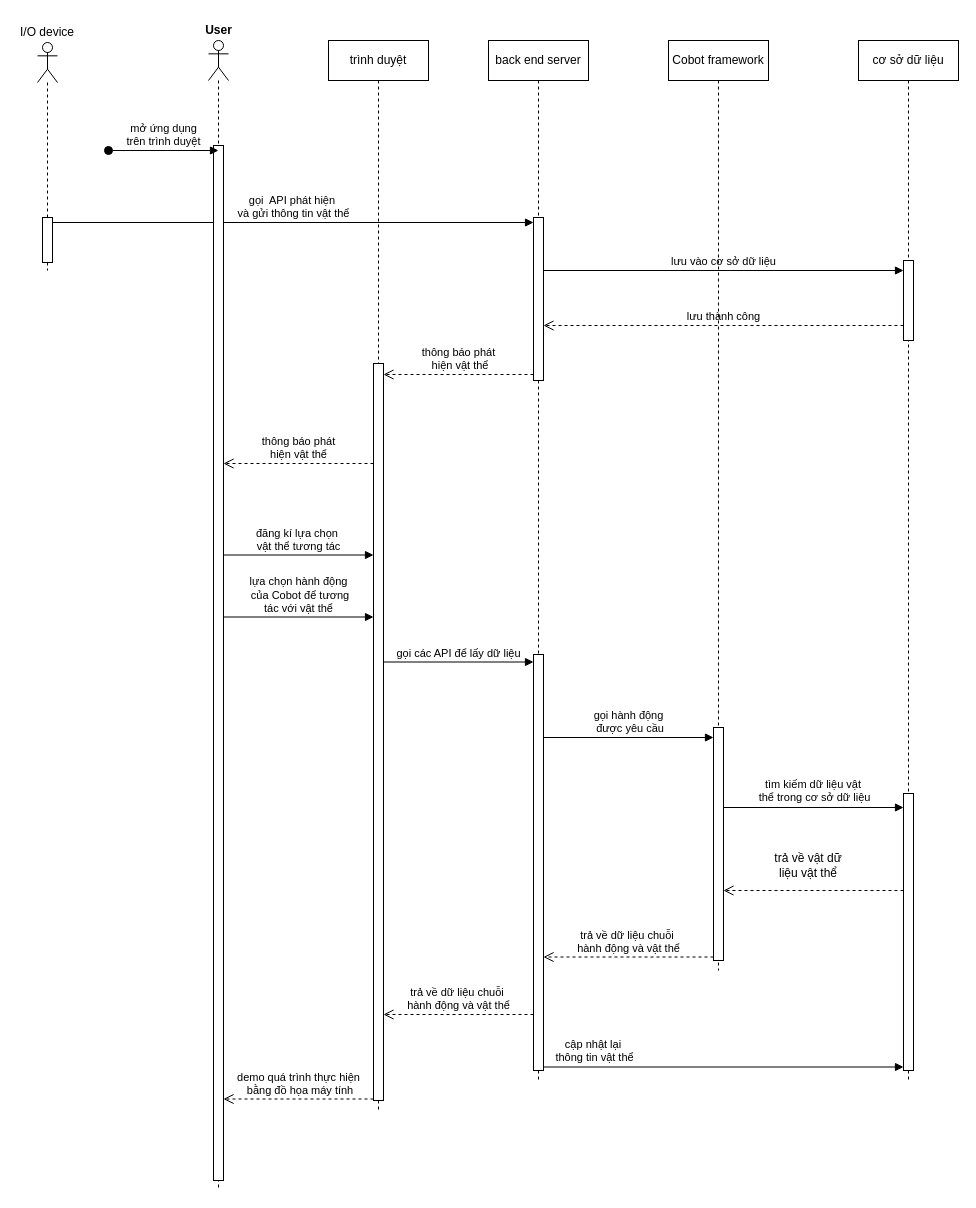
Above: page "Page-1" (1 of 3) of sequence_diagram.drawio in LTDat-HustK65/GP (draw.io), before the change. Source tidied: cells renumbered, new cells numbered last; positions are measured from the earlier drawing's top-left corner, leaving out a move shared by most shapes. Both pictures are drawn from the tidied source at 100%, with x=0, y=0 at pixel (17, 17).
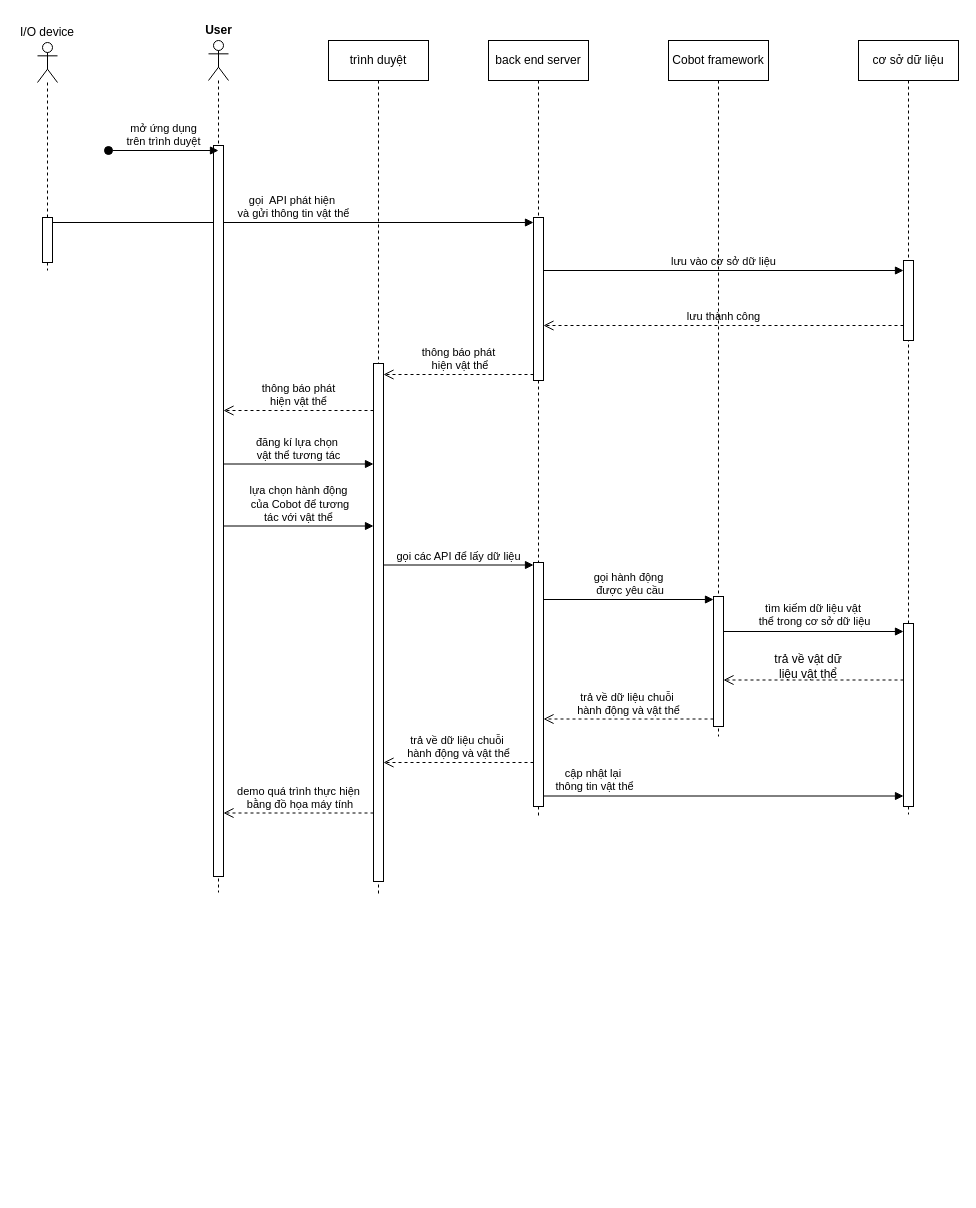
Above is the later version.

Commit message:
Cập nhật sequence_diagram.drawio

Change to the diagram source:
```diff
@@
     <mxCell id="2" value="back end server" style="shape=umlLifeline;perimeter=lifelinePerimeter;whiteSpace=wrap;html=1;newEdgeStyle={&quot;curved&quot;:0,&quot;rounded&quot;:0};" parent="1" vertex="1">
-      <mxGeometry x="471" y="23" width="100" height="1040" as="geometry" />
+      <mxGeometry x="471" y="23" width="100" height="778" as="geometry" />
     </mxCell>
@@
     <mxCell id="4" style="html=1;perimeter=orthogonalPerimeter;targetShapes=umlLifeline;newEdgeStyle={&quot;curved&quot;:0,&quot;rounded&quot;:0};" parent="2" vertex="1">
-      <mxGeometry x="45" y="614" width="10" height="416" as="geometry" />
+      <mxGeometry x="45" y="522" width="10" height="244" as="geometry" />
     </mxCell>
@@
     <mxCell id="9" style="shape=umlLifeline;perimeter=lifelinePerimeter;whiteSpace=wrap;html=1;newEdgeStyle={&quot;curved&quot;:0,&quot;rounded&quot;:0};participant=umlActor;" parent="1" vertex="1">
-      <mxGeometry x="191" y="23" width="20" height="1150" as="geometry" />
+      <mxGeometry x="191" y="23" width="20" height="852" as="geometry" />
     </mxCell>
     <mxCell id="10" style="html=1;perimeter=orthogonalPerimeter;targetShapes=umlLifeline;newEdgeStyle={&quot;curved&quot;:0,&quot;rounded&quot;:0};" parent="9" vertex="1">
-      <mxGeometry x="5" y="105" width="10" height="1035" as="geometry" />
+      <mxGeometry x="5" y="105" width="10" height="731" as="geometry" />
     </mxCell>
     <mxCell id="11" value="trình duyệt" style="shape=umlLifeline;perimeter=lifelinePerimeter;whiteSpace=wrap;html=1;newEdgeStyle={&quot;curved&quot;:0,&quot;rounded&quot;:0};" parent="1" vertex="1">
-      <mxGeometry x="311" y="23" width="100" height="1070" as="geometry" />
+      <mxGeometry x="311" y="23" width="100" height="855" as="geometry" />
     </mxCell>
     <mxCell id="12" style="html=1;points=[[0,0,0,0,5],[0,1,0,0,-5],[1,0,0,0,5],[1,1,0,0,-5]];perimeter=orthogonalPerimeter;outlineConnect=0;targetShapes=umlLifeline;portConstraint=eastwest;newEdgeStyle={&quot;curved&quot;:0,&quot;rounded&quot;:0};" parent="11" vertex="1">
-      <mxGeometry x="45" y="323" width="10" height="737" as="geometry" />
+      <mxGeometry x="45" y="323" width="10" height="518" as="geometry" />
     </mxCell>
@@
     <mxCell id="14" value="cơ sở dữ liệu" style="shape=umlLifeline;perimeter=lifelinePerimeter;whiteSpace=wrap;html=1;newEdgeStyle={&quot;curved&quot;:0,&quot;rounded&quot;:0};" parent="1" vertex="1">
-      <mxGeometry x="841" y="23" width="100" height="1040" as="geometry" />
+      <mxGeometry x="841" y="23" width="100" height="774" as="geometry" />
     </mxCell>
@@
     <mxCell id="16" style="html=1;perimeter=orthogonalPerimeter;targetShapes=umlLifeline;newEdgeStyle={&quot;curved&quot;:0,&quot;rounded&quot;:0};" parent="14" vertex="1">
-      <mxGeometry x="45" y="753" width="10" height="277" as="geometry" />
+      <mxGeometry x="45" y="583" width="10" height="183" as="geometry" />
     </mxCell>
@@
-    <mxCell id="19" value="thông báo phát&lt;div&gt;hiện vật thể&lt;/div&gt;" style="html=1;verticalAlign=bottom;endArrow=open;dashed=1;endSize=8;curved=0;rounded=0;" parent="1" edge="1" source="12">
+    <mxCell id="19" value="thông báo phát&lt;div&gt;hiện vật thể&lt;/div&gt;" style="html=1;verticalAlign=bottom;endArrow=open;dashed=1;endSize=8;curved=0;rounded=0;" parent="1" edge="1">
       <mxGeometry relative="1" as="geometry">
-        <mxPoint x="206" y="446" as="targetPoint" />
+        <mxPoint x="356" y="393" as="sourcePoint" />
+        <mxPoint x="206" y="393" as="targetPoint" />
       </mxGeometry>
     </mxCell>
@@
     <mxCell id="22" value="đăng kí lựa chọn&amp;nbsp;&lt;div&gt;vật thể tương tác&lt;/div&gt;" style="html=1;verticalAlign=bottom;endArrow=block;curved=0;rounded=0;" parent="1" edge="1">
       <mxGeometry relative="1" as="geometry">
-        <mxPoint x="206" y="537.5" as="sourcePoint" />
-        <mxPoint x="356" y="537.5" as="targetPoint" />
+        <mxPoint x="206" y="446.5" as="sourcePoint" />
+        <mxPoint x="356" y="446.5" as="targetPoint" />
       </mxGeometry>
     </mxCell>
     <mxCell id="23" value="Cobot framework" style="shape=umlLifeline;perimeter=lifelinePerimeter;whiteSpace=wrap;html=1;newEdgeStyle={&quot;curved&quot;:0,&quot;rounded&quot;:0};" parent="1" vertex="1">
-      <mxGeometry x="651" y="23" width="100" height="930" as="geometry" />
+      <mxGeometry x="651" y="23" width="100" height="696" as="geometry" />
     </mxCell>
     <mxCell id="24" style="html=1;points=[[0,0,0,0,5],[0,1,0,0,-5],[1,0,0,0,5],[1,1,0,0,-5]];perimeter=orthogonalPerimeter;outlineConnect=0;targetShapes=umlLifeline;portConstraint=eastwest;newEdgeStyle={&quot;curved&quot;:0,&quot;rounded&quot;:0};" parent="23" vertex="1">
-      <mxGeometry x="45" y="687" width="10" height="233" as="geometry" />
+      <mxGeometry x="45" y="556" width="10" height="130" as="geometry" />
     </mxCell>
     <mxCell id="25" value="lựa chọn hành động&lt;div&gt;&amp;nbsp;của Cobot để tương&lt;div&gt;&amp;nbsp;tác với vật thể&amp;nbsp;&lt;/div&gt;&lt;/div&gt;" style="html=1;verticalAlign=bottom;endArrow=block;curved=0;rounded=0;" parent="1" edge="1">
       <mxGeometry relative="1" as="geometry">
-        <mxPoint x="206" y="599.5" as="sourcePoint" />
-        <mxPoint x="356" y="599.5" as="targetPoint" />
+        <mxPoint x="206" y="508.5" as="sourcePoint" />
+        <mxPoint x="356" y="508.5" as="targetPoint" />
       </mxGeometry>
     </mxCell>
     <mxCell id="26" value="gọi các API để lấy dữ liệu" style="html=1;verticalAlign=bottom;endArrow=block;curved=0;rounded=0;" parent="1" edge="1">
       <mxGeometry relative="1" as="geometry">
-        <mxPoint x="366" y="644.5" as="sourcePoint" />
-        <mxPoint x="516" y="644.5" as="targetPoint" />
+        <mxPoint x="366" y="547.5" as="sourcePoint" />
+        <mxPoint x="516" y="547.5" as="targetPoint" />
       </mxGeometry>
     </mxCell>
     <mxCell id="27" value="gọi hành động&lt;div&gt;&amp;nbsp;được yêu cầu&lt;/div&gt;" style="html=1;verticalAlign=bottom;endArrow=block;curved=0;rounded=0;" parent="1" edge="1">
       <mxGeometry relative="1" as="geometry">
-        <mxPoint x="526" y="720" as="sourcePoint" />
-        <mxPoint x="696" y="720" as="targetPoint" />
+        <mxPoint x="526" y="582" as="sourcePoint" />
+        <mxPoint x="696" y="582" as="targetPoint" />
       </mxGeometry>
     </mxCell>
-    <mxCell id="28" style="html=1;verticalAlign=bottom;endArrow=open;dashed=1;endSize=8;curved=0;rounded=0;" parent="1" edge="1" target="24">
-      <mxGeometry relative="1" as="geometry">
-        <mxPoint x="886" y="873" as="sourcePoint" />
-      </mxGeometry>
-    </mxCell>
-    <mxCell id="29" value="trả về vật dữ liệu vật thể" style="text;html=1;align=center;verticalAlign=middle;whiteSpace=wrap;rounded=0;" parent="1" vertex="1">
-      <mxGeometry x="751" y="833" width="80" height="30" as="geometry" />
-    </mxCell>
     <mxCell id="30" value="trả về dữ liệu chuỗi&amp;nbsp;&lt;div&gt;hành động và vật thể&lt;/div&gt;" style="html=1;verticalAlign=bottom;endArrow=open;dashed=1;endSize=8;curved=0;rounded=0;" parent="1" edge="1">
       <mxGeometry relative="1" as="geometry">
-        <mxPoint x="696" y="939.5" as="sourcePoint" />
-        <mxPoint x="526" y="939.5" as="targetPoint" />
+        <mxPoint x="696" y="701.5" as="sourcePoint" />
+        <mxPoint x="526" y="701.5" as="targetPoint" />
       </mxGeometry>
     </mxCell>
     <mxCell id="31" value="trả về dữ liệu chuỗi&amp;nbsp;&lt;div&gt;hành động và vật thể&lt;/div&gt;" style="html=1;verticalAlign=bottom;endArrow=open;dashed=1;endSize=8;curved=0;rounded=0;" parent="1" edge="1">
       <mxGeometry relative="1" as="geometry">
-        <mxPoint x="516" y="997" as="sourcePoint" />
-        <mxPoint x="366" y="997" as="targetPoint" />
+        <mxPoint x="516" y="745" as="sourcePoint" />
+        <mxPoint x="366" y="745" as="targetPoint" />
       </mxGeometry>
     </mxCell>
-    <mxCell id="32" style="html=1;verticalAlign=bottom;endArrow=block;curved=0;rounded=0;labelPosition=center;verticalLabelPosition=top;align=center;" parent="1" edge="1">
-      <mxGeometry relative="1" as="geometry">
-        <mxPoint x="526" y="1049.5" as="sourcePoint" />
-        <mxPoint x="886" y="1049.5" as="targetPoint" />
-      </mxGeometry>
-    </mxCell>
     <mxCell id="33" style="group;" parent="1" vertex="1">
-      <mxGeometry x="741" y="758" width="145" height="32" as="geometry" />
+      <mxGeometry x="741" y="705" width="145" height="32" as="geometry" />
     </mxCell>
-    <mxCell id="34" style="html=1;verticalAlign=bottom;endArrow=block;curved=0;rounded=0;" parent="33" edge="1" source="24">
+    <mxCell id="34" style="html=1;verticalAlign=bottom;endArrow=block;curved=0;rounded=0;" parent="33" edge="1">
       <mxGeometry relative="1" as="geometry">
-        <mxPoint x="145" y="32" as="targetPoint" />
+        <mxPoint x="-35" y="-91" as="sourcePoint" />
+        <mxPoint x="145" y="-91" as="targetPoint" />
       </mxGeometry>
     </mxCell>
     <mxCell id="35" value="&lt;span style=&quot;font-size: 11px; text-wrap: nowrap; background-color: rgb(255, 255, 255);&quot;&gt;tìm kiếm dữ liệu vật&lt;/span&gt;&lt;div style=&quot;font-size: 11px; text-wrap: nowrap;&quot;&gt;&amp;nbsp;thể trong cơ sở dữ liệu&lt;/div&gt;" style="text;html=1;align=center;verticalAlign=middle;whiteSpace=wrap;rounded=0;" parent="33" vertex="1">
-      <mxGeometry width="110" height="30" as="geometry" />
+      <mxGeometry y="-123" width="110" height="30" as="geometry" />
     </mxCell>
     <mxCell id="36" value="demo quá trình thực hiện&lt;div&gt;&amp;nbsp;bằng đồ họa máy tính&lt;/div&gt;" style="html=1;verticalAlign=bottom;endArrow=open;dashed=1;endSize=8;curved=0;rounded=0;" parent="1" edge="1">
       <mxGeometry relative="1" as="geometry">
-        <mxPoint x="356" y="1081.5" as="sourcePoint" />
-        <mxPoint x="206" y="1081.5" as="targetPoint" />
+        <mxPoint x="356" y="795.5" as="sourcePoint" />
+        <mxPoint x="206" y="795.5" as="targetPoint" />
       </mxGeometry>
     </mxCell>
+    <mxCell id="38" style="group;" parent="1" vertex="1">
+      <mxGeometry x="751" y="634" width="135" height="30" as="geometry" />
+    </mxCell>
+    <mxCell id="28" style="html=1;verticalAlign=bottom;endArrow=open;dashed=1;endSize=8;curved=0;rounded=0;" parent="38" edge="1" target="24">
+      <mxGeometry relative="1" as="geometry">
+        <mxPoint x="135" y="28.5" as="sourcePoint" />
+      </mxGeometry>
+    </mxCell>
+    <mxCell id="29" value="trả về vật dữ liệu vật thể" style="text;html=1;align=center;verticalAlign=middle;whiteSpace=wrap;rounded=0;" parent="38" vertex="1">
+      <mxGeometry width="80" height="30" as="geometry" />
+    </mxCell>
+    <mxCell id="39" style="group;" parent="1" vertex="1">
+      <mxGeometry x="526" y="747" width="360" height="31.5" as="geometry" />
+    </mxCell>
+    <mxCell id="32" style="html=1;verticalAlign=bottom;endArrow=block;curved=0;rounded=0;labelPosition=center;verticalLabelPosition=top;align=center;" parent="39" edge="1">
+      <mxGeometry relative="1" as="geometry">
+        <mxPoint y="31.5" as="sourcePoint" />
+        <mxPoint x="360" y="31.5" as="targetPoint" />
+      </mxGeometry>
+    </mxCell>
-    <mxCell id="37" value="&lt;span style=&quot;font-size: 11px; text-wrap: nowrap; background-color: rgb(255, 255, 255);&quot;&gt;cập nhật lại&lt;/span&gt;&lt;div style=&quot;font-size: 11px; text-wrap: nowrap;&quot;&gt;&amp;nbsp;thông tin vật thể&lt;/div&gt;" style="text;html=1;align=center;verticalAlign=middle;whiteSpace=wrap;rounded=0;" parent="1" vertex="1">
-      <mxGeometry x="531" y="1018" width="90" height="30" as="geometry" />
+    <mxCell id="37" value="&lt;span style=&quot;font-size: 11px; text-wrap: nowrap; background-color: rgb(255, 255, 255);&quot;&gt;cập nhật lại&lt;/span&gt;&lt;div style=&quot;font-size: 11px; text-wrap: nowrap;&quot;&gt;&amp;nbsp;thông tin vật thể&lt;/div&gt;" style="text;html=1;align=center;verticalAlign=middle;whiteSpace=wrap;rounded=0;" parent="39" vertex="1">
+      <mxGeometry x="5" width="90" height="30" as="geometry" />
     </mxCell>
```
